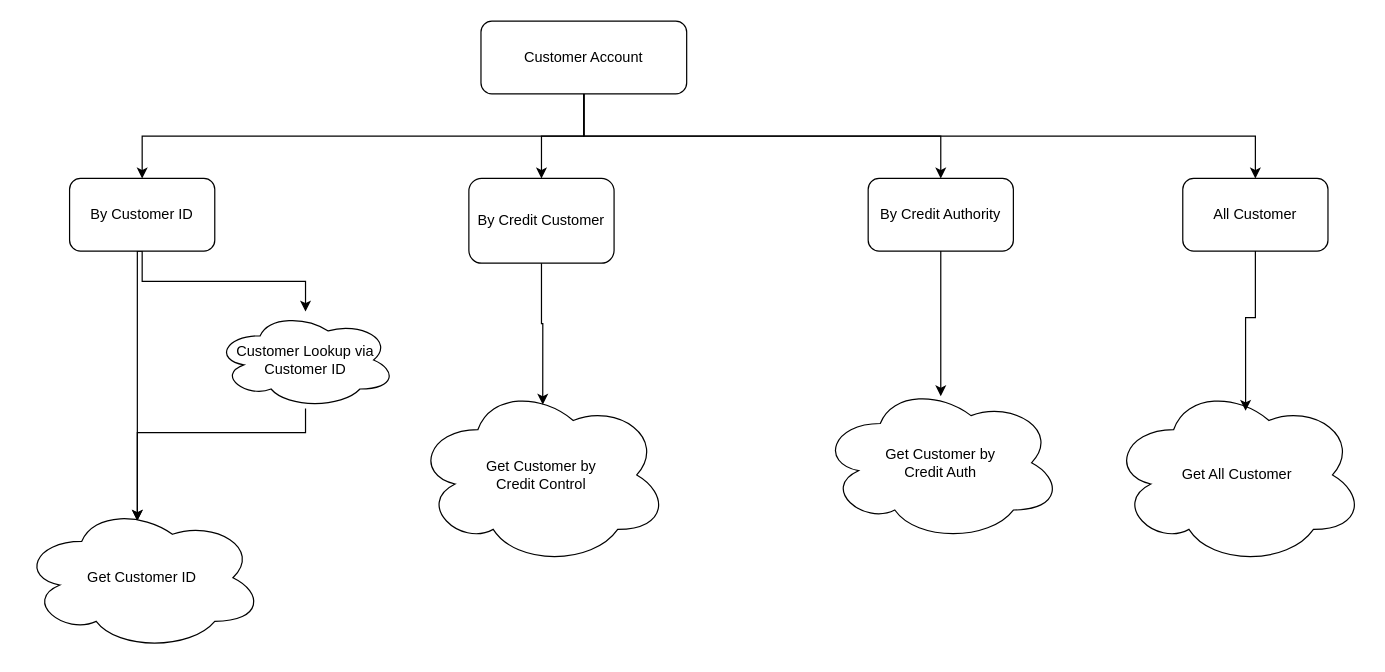
eme-invera/Customer_Maintenance keeps this draw.io diagram as Customer Account Maintenance.drawio. Above is the earlier version. Source tidied: cells renumbered, new cells numbered last; positions are measured from the earlier drawing's top-left corner, leaving out a move shared by most shapes. Both pictures are drawn from the tidied source at 121%, with x=0, y=0 at pixel (21, 21).
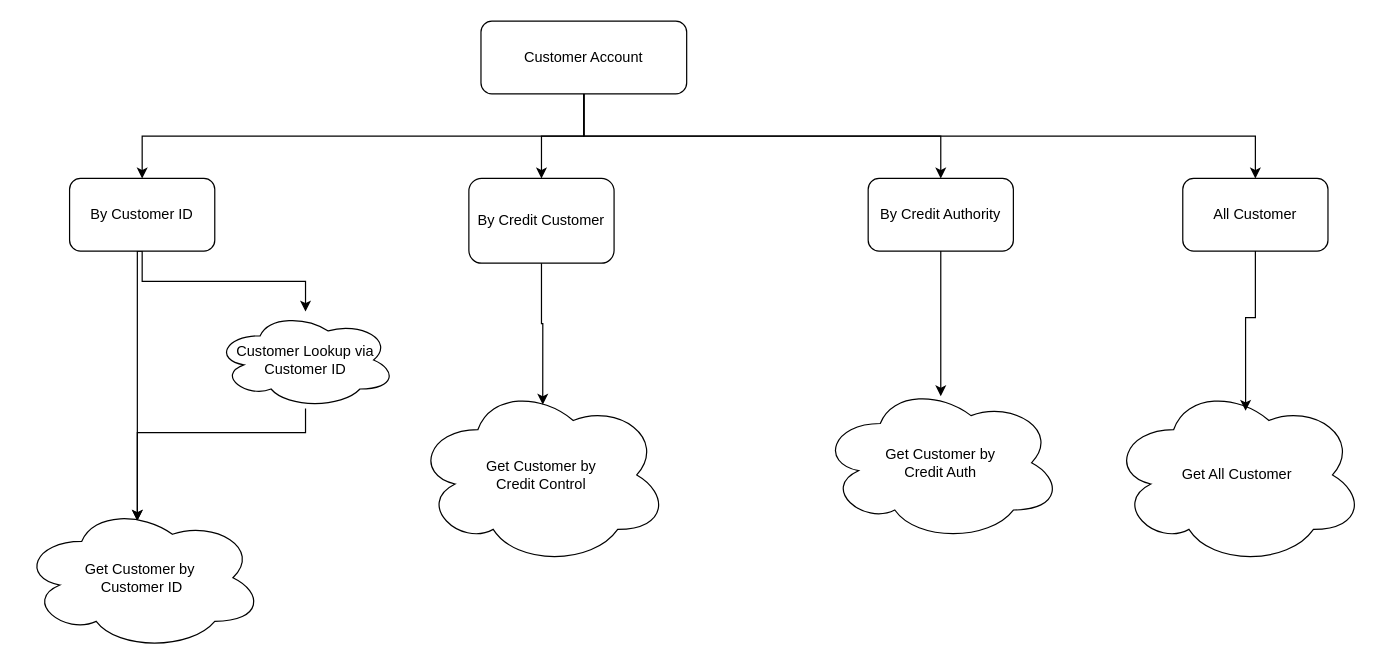
After the change.

The edit, as a diff of the source:
```diff
@@
-    <mxCell id="15" value="Get Customer ID" style="ellipse;shape=cloud;whiteSpace=wrap;html=1;" parent="1" vertex="1">
+    <mxCell id="15" value="Get Customer by&amp;nbsp;&lt;div&gt;Customer ID&lt;/div&gt;" style="ellipse;shape=cloud;whiteSpace=wrap;html=1;" parent="1" vertex="1">
       <mxGeometry y="400" width="200" height="120" as="geometry" />
     </mxCell>
```
